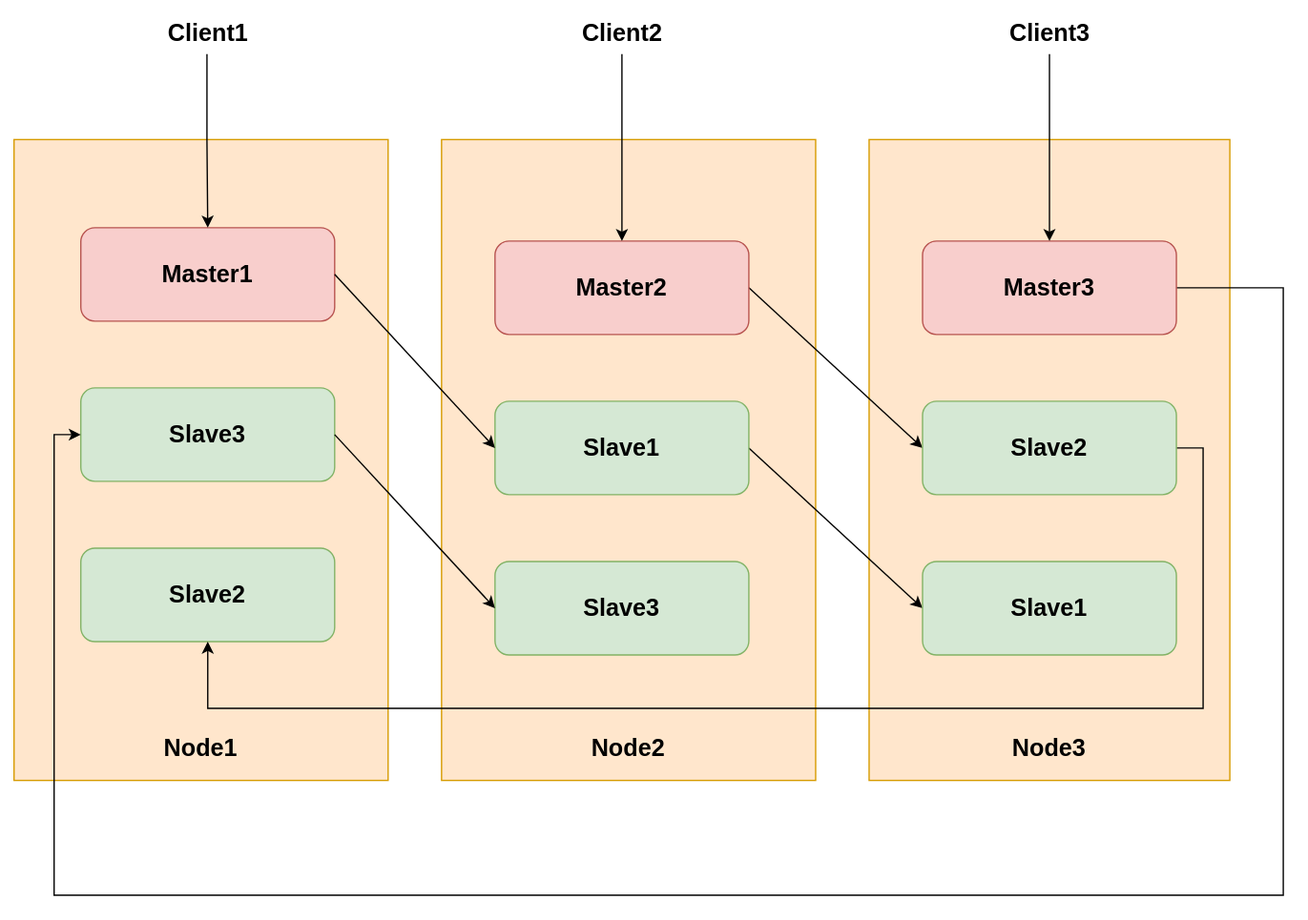
Earlier version of the draw.io export Redis/Redis集群方案/RedisCluster集群结构.drawio.svg (Developer-Tang/notes). Source tidied: cells renumbered, new cells last; positions are measured from the earlier drawing's top-left corner, leaving out a move shared by most shapes. Its diagram source:
```xml
<mxGraphModel>
  <root>
    <mxCell id="0" />
    <mxCell id="1" parent="0" />
    <mxCell id="2" value="Node1" style="rounded=0;whiteSpace=wrap;html=1;fillColor=#ffe6cc;strokeColor=#d79b00;fontSize=18;fontStyle=1;verticalAlign=bottom;spacingBottom=10;" parent="1" vertex="1">
      <mxGeometry y="94" width="280" height="480" as="geometry" />
    </mxCell>
    <mxCell id="3" value="Master1" style="rounded=1;whiteSpace=wrap;html=1;fontSize=18;fontStyle=1;fillColor=#f8cecc;strokeColor=#b85450;" parent="1" vertex="1">
      <mxGeometry x="50" y="160" width="190" height="70" as="geometry" />
    </mxCell>
    <mxCell id="4" value="Slave3" style="rounded=1;whiteSpace=wrap;html=1;fontSize=18;fontStyle=1;fillColor=#d5e8d4;strokeColor=#82b366;" parent="1" vertex="1">
      <mxGeometry x="50" y="280" width="190" height="70" as="geometry" />
    </mxCell>
    <mxCell id="5" value="Slave2" style="rounded=1;whiteSpace=wrap;html=1;fontSize=18;fontStyle=1;fillColor=#d5e8d4;strokeColor=#82b366;" parent="1" vertex="1">
      <mxGeometry x="50" y="400" width="190" height="70" as="geometry" />
    </mxCell>
    <mxCell id="6" value="Node2" style="rounded=0;whiteSpace=wrap;html=1;fillColor=#ffe6cc;strokeColor=#d79b00;fontSize=18;fontStyle=1;verticalAlign=bottom;spacingBottom=10;" parent="1" vertex="1">
      <mxGeometry x="320" y="94" width="280" height="480" as="geometry" />
    </mxCell>
    <mxCell id="7" value="Node3" style="rounded=0;whiteSpace=wrap;html=1;fillColor=#ffe6cc;strokeColor=#d79b00;fontSize=18;fontStyle=1;verticalAlign=bottom;spacingBottom=10;" parent="1" vertex="1">
      <mxGeometry x="640" y="94" width="270" height="480" as="geometry" />
    </mxCell>
    <mxCell id="8" style="edgeStyle=none;rounded=0;jettySize=auto;html=1;exitX=1;exitY=0.5;exitDx=0;exitDy=0;entryX=0;entryY=0.5;entryDx=0;entryDy=0;fontSize=18;" parent="1" edge="1" source="9" target="16">
      <mxGeometry relative="1" as="geometry" />
    </mxCell>
    <mxCell id="9" value="Master2" style="rounded=1;whiteSpace=wrap;html=1;fontSize=18;fontStyle=1;fillColor=#f8cecc;strokeColor=#b85450;" parent="1" vertex="1">
      <mxGeometry x="360" y="170" width="190" height="70" as="geometry" />
    </mxCell>
    <mxCell id="10" style="edgeStyle=none;rounded=0;jettySize=auto;html=1;exitX=1;exitY=0.5;exitDx=0;exitDy=0;entryX=0;entryY=0.5;entryDx=0;entryDy=0;fontSize=18;" parent="1" edge="1" source="11" target="17">
      <mxGeometry relative="1" as="geometry" />
    </mxCell>
    <mxCell id="11" value="Slave1" style="rounded=1;whiteSpace=wrap;html=1;fontSize=18;fontStyle=1;fillColor=#d5e8d4;strokeColor=#82b366;" parent="1" vertex="1">
      <mxGeometry x="360" y="290" width="190" height="70" as="geometry" />
    </mxCell>
    <mxCell id="12" value="Slave3" style="rounded=1;whiteSpace=wrap;html=1;fontSize=18;fontStyle=1;fillColor=#d5e8d4;strokeColor=#82b366;" parent="1" vertex="1">
      <mxGeometry x="360" y="410" width="190" height="70" as="geometry" />
    </mxCell>
    <mxCell id="13" style="edgeStyle=orthogonalEdgeStyle;rounded=0;jettySize=auto;html=1;exitX=1;exitY=0.5;exitDx=0;exitDy=0;fontSize=18;entryX=0;entryY=0.5;entryDx=0;entryDy=0;" parent="1" edge="1" source="14" target="4">
      <mxGeometry relative="1" as="geometry">
        <Array as="points">
          <mxPoint x="950" y="205" />
          <mxPoint x="950" y="660" />
          <mxPoint x="30" y="660" />
          <mxPoint x="30" y="315" />
        </Array>
      </mxGeometry>
    </mxCell>
    <mxCell id="14" value="Master3" style="rounded=1;whiteSpace=wrap;html=1;fontSize=18;fontStyle=1;fillColor=#f8cecc;strokeColor=#b85450;" parent="1" vertex="1">
      <mxGeometry x="680" y="170" width="190" height="70" as="geometry" />
    </mxCell>
    <mxCell id="15" style="edgeStyle=orthogonalEdgeStyle;rounded=0;jettySize=auto;html=1;exitX=1;exitY=0.5;exitDx=0;exitDy=0;entryX=0.5;entryY=1;entryDx=0;entryDy=0;fontSize=18;" parent="1" edge="1" source="16" target="5">
      <mxGeometry relative="1" as="geometry">
        <Array as="points">
          <mxPoint x="890" y="325" />
          <mxPoint x="890" y="520" />
          <mxPoint x="145" y="520" />
        </Array>
      </mxGeometry>
    </mxCell>
    <mxCell id="16" value="Slave2" style="rounded=1;whiteSpace=wrap;html=1;fontSize=18;fontStyle=1;fillColor=#d5e8d4;strokeColor=#82b366;" parent="1" vertex="1">
      <mxGeometry x="680" y="290" width="190" height="70" as="geometry" />
    </mxCell>
    <mxCell id="17" value="Slave1" style="rounded=1;whiteSpace=wrap;html=1;fontSize=18;fontStyle=1;fillColor=#d5e8d4;strokeColor=#82b366;" parent="1" vertex="1">
      <mxGeometry x="680" y="410" width="190" height="70" as="geometry" />
    </mxCell>
    <mxCell id="18" style="rounded=0;jettySize=auto;html=1;exitX=1;exitY=0.5;exitDx=0;exitDy=0;entryX=0;entryY=0.5;entryDx=0;entryDy=0;fontSize=18;" parent="1" edge="1" source="3" target="11">
      <mxGeometry relative="1" as="geometry" />
    </mxCell>
    <mxCell id="19" style="edgeStyle=none;rounded=0;jettySize=auto;html=1;exitX=1;exitY=0.5;exitDx=0;exitDy=0;entryX=0;entryY=0.5;entryDx=0;entryDy=0;fontSize=18;" parent="1" edge="1" source="4" target="12">
      <mxGeometry relative="1" as="geometry" />
    </mxCell>
    <mxCell id="20" value="Client1" style="text;html=1;align=center;verticalAlign=middle;points=[];strokeColor=none;fillColor=none;fontSize=18;fontStyle=1;" parent="1" vertex="1">
      <mxGeometry x="105" width="80" height="30" as="geometry" />
    </mxCell>
    <mxCell id="21" style="edgeStyle=orthogonalEdgeStyle;rounded=0;jettySize=auto;html=1;fontSize=18;" parent="1" edge="1" source="22" target="9">
      <mxGeometry relative="1" as="geometry" />
    </mxCell>
    <mxCell id="22" value="Client2" style="text;html=1;align=center;verticalAlign=middle;points=[];strokeColor=none;fillColor=none;fontSize=18;fontStyle=1;" parent="1" vertex="1">
      <mxGeometry x="415" width="80" height="30" as="geometry" />
    </mxCell>
    <mxCell id="23" style="edgeStyle=orthogonalEdgeStyle;rounded=0;jettySize=auto;html=1;fontSize=18;" parent="1" edge="1" source="24" target="14">
      <mxGeometry relative="1" as="geometry" />
    </mxCell>
    <mxCell id="24" value="Client3" style="text;html=1;align=center;verticalAlign=middle;points=[];strokeColor=none;fillColor=none;fontSize=18;fontStyle=1;" parent="1" vertex="1">
      <mxGeometry x="735" width="80" height="30" as="geometry" />
    </mxCell>
    <mxCell id="25" style="edgeStyle=orthogonalEdgeStyle;rounded=0;jettySize=auto;html=1;fontSize=18;" parent="1" edge="1" target="3">
      <mxGeometry relative="1" as="geometry">
        <mxPoint x="144.4" y="30" as="sourcePoint" />
      </mxGeometry>
    </mxCell>
  </root>
</mxGraphModel>
```
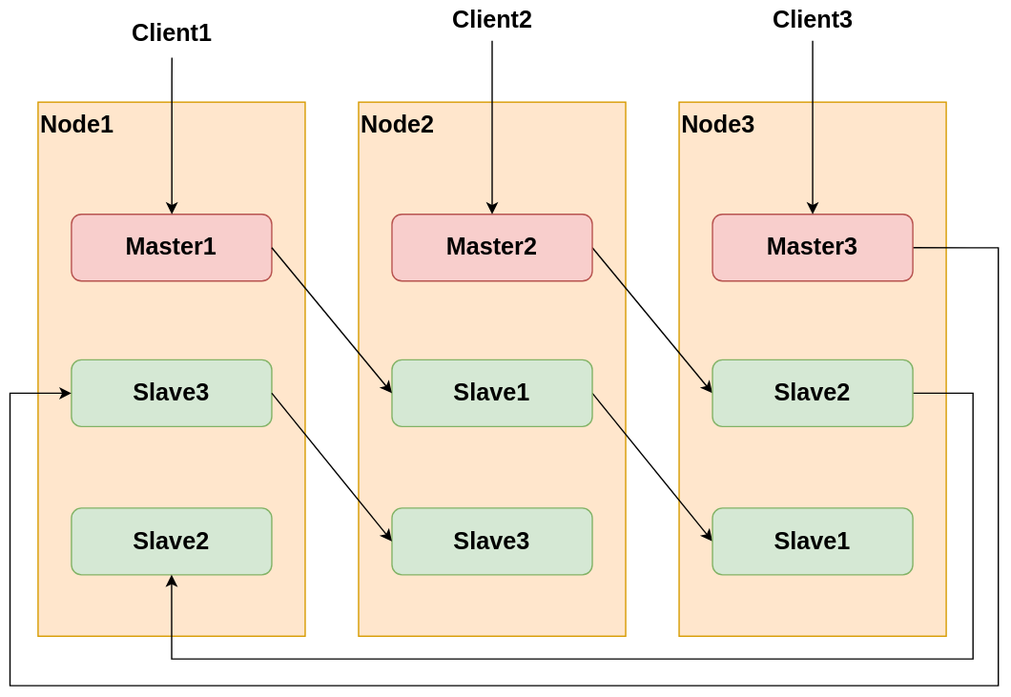
After the commit.

Diff of the diagram source:
```diff
@@ -2,66 +2,66 @@
   <root>
     <mxCell id="0" />
     <mxCell id="1" parent="0" />
-    <mxCell id="2" value="Node1" style="rounded=0;whiteSpace=wrap;html=1;fillColor=#ffe6cc;strokeColor=#d79b00;fontSize=18;fontStyle=1;verticalAlign=bottom;spacingBottom=10;" parent="1" vertex="1">
-      <mxGeometry y="94" width="280" height="480" as="geometry" />
+    <mxCell id="2" value="Node1" style="rounded=0;whiteSpace=wrap;html=1;fillColor=#ffe6cc;strokeColor=#d79b00;fontSize=18;fontStyle=1;verticalAlign=top;spacingBottom=10;align=left;" parent="1" vertex="1">
+      <mxGeometry x="-65" y="31" width="200" height="400" as="geometry" />
     </mxCell>
     <mxCell id="3" value="Master1" style="rounded=1;whiteSpace=wrap;html=1;fontSize=18;fontStyle=1;fillColor=#f8cecc;strokeColor=#b85450;" parent="1" vertex="1">
-      <mxGeometry x="50" y="160" width="190" height="70" as="geometry" />
+      <mxGeometry x="-40" y="115" width="150" height="50" as="geometry" />
     </mxCell>
     <mxCell id="4" value="Slave3" style="rounded=1;whiteSpace=wrap;html=1;fontSize=18;fontStyle=1;fillColor=#d5e8d4;strokeColor=#82b366;" parent="1" vertex="1">
-      <mxGeometry x="50" y="280" width="190" height="70" as="geometry" />
+      <mxGeometry x="-40" y="224" width="150" height="50" as="geometry" />
     </mxCell>
     <mxCell id="5" value="Slave2" style="rounded=1;whiteSpace=wrap;html=1;fontSize=18;fontStyle=1;fillColor=#d5e8d4;strokeColor=#82b366;" parent="1" vertex="1">
-      <mxGeometry x="50" y="400" width="190" height="70" as="geometry" />
+      <mxGeometry x="-40" y="335" width="150" height="50" as="geometry" />
     </mxCell>
-    <mxCell id="6" value="Node2" style="rounded=0;whiteSpace=wrap;html=1;fillColor=#ffe6cc;strokeColor=#d79b00;fontSize=18;fontStyle=1;verticalAlign=bottom;spacingBottom=10;" parent="1" vertex="1">
-      <mxGeometry x="320" y="94" width="280" height="480" as="geometry" />
+    <mxCell id="6" value="Node2" style="rounded=0;whiteSpace=wrap;html=1;fillColor=#ffe6cc;strokeColor=#d79b00;fontSize=18;fontStyle=1;verticalAlign=top;spacingBottom=10;align=left;" parent="1" vertex="1">
+      <mxGeometry x="175" y="31" width="200" height="400" as="geometry" />
     </mxCell>
-    <mxCell id="7" value="Node3" style="rounded=0;whiteSpace=wrap;html=1;fillColor=#ffe6cc;strokeColor=#d79b00;fontSize=18;fontStyle=1;verticalAlign=bottom;spacingBottom=10;" parent="1" vertex="1">
-      <mxGeometry x="640" y="94" width="270" height="480" as="geometry" />
+    <mxCell id="7" value="Node3" style="rounded=0;whiteSpace=wrap;html=1;fillColor=#ffe6cc;strokeColor=#d79b00;fontSize=18;fontStyle=1;verticalAlign=top;spacingBottom=10;align=left;" parent="1" vertex="1">
+      <mxGeometry x="415" y="31" width="200" height="400" as="geometry" />
     </mxCell>
     <mxCell id="8" style="edgeStyle=none;rounded=0;jettySize=auto;html=1;exitX=1;exitY=0.5;exitDx=0;exitDy=0;entryX=0;entryY=0.5;entryDx=0;entryDy=0;fontSize=18;" parent="1" edge="1" source="9" target="16">
       <mxGeometry relative="1" as="geometry" />
     </mxCell>
     <mxCell id="9" value="Master2" style="rounded=1;whiteSpace=wrap;html=1;fontSize=18;fontStyle=1;fillColor=#f8cecc;strokeColor=#b85450;" parent="1" vertex="1">
-      <mxGeometry x="360" y="170" width="190" height="70" as="geometry" />
+      <mxGeometry x="200" y="115" width="150" height="50" as="geometry" />
     </mxCell>
     <mxCell id="10" style="edgeStyle=none;rounded=0;jettySize=auto;html=1;exitX=1;exitY=0.5;exitDx=0;exitDy=0;entryX=0;entryY=0.5;entryDx=0;entryDy=0;fontSize=18;" parent="1" edge="1" source="11" target="17">
       <mxGeometry relative="1" as="geometry" />
     </mxCell>
     <mxCell id="11" value="Slave1" style="rounded=1;whiteSpace=wrap;html=1;fontSize=18;fontStyle=1;fillColor=#d5e8d4;strokeColor=#82b366;" parent="1" vertex="1">
-      <mxGeometry x="360" y="290" width="190" height="70" as="geometry" />
+      <mxGeometry x="200" y="224" width="150" height="50" as="geometry" />
     </mxCell>
     <mxCell id="12" value="Slave3" style="rounded=1;whiteSpace=wrap;html=1;fontSize=18;fontStyle=1;fillColor=#d5e8d4;strokeColor=#82b366;" parent="1" vertex="1">
-      <mxGeometry x="360" y="410" width="190" height="70" as="geometry" />
+      <mxGeometry x="200" y="335" width="150" height="50" as="geometry" />
     </mxCell>
     <mxCell id="13" style="edgeStyle=orthogonalEdgeStyle;rounded=0;jettySize=auto;html=1;exitX=1;exitY=0.5;exitDx=0;exitDy=0;fontSize=18;entryX=0;entryY=0.5;entryDx=0;entryDy=0;" parent="1" edge="1" source="14" target="4">
       <mxGeometry relative="1" as="geometry">
         <Array as="points">
-          <mxPoint x="950" y="205" />
-          <mxPoint x="950" y="660" />
-          <mxPoint x="30" y="660" />
-          <mxPoint x="30" y="315" />
+          <mxPoint x="654" y="140" />
+          <mxPoint x="654" y="468" />
+          <mxPoint x="-86" y="468" />
+          <mxPoint x="-86" y="249" />
         </Array>
       </mxGeometry>
     </mxCell>
     <mxCell id="14" value="Master3" style="rounded=1;whiteSpace=wrap;html=1;fontSize=18;fontStyle=1;fillColor=#f8cecc;strokeColor=#b85450;" parent="1" vertex="1">
-      <mxGeometry x="680" y="170" width="190" height="70" as="geometry" />
+      <mxGeometry x="440" y="115" width="150" height="50" as="geometry" />
     </mxCell>
     <mxCell id="15" style="edgeStyle=orthogonalEdgeStyle;rounded=0;jettySize=auto;html=1;exitX=1;exitY=0.5;exitDx=0;exitDy=0;entryX=0.5;entryY=1;entryDx=0;entryDy=0;fontSize=18;" parent="1" edge="1" source="16" target="5">
       <mxGeometry relative="1" as="geometry">
         <Array as="points">
-          <mxPoint x="890" y="325" />
-          <mxPoint x="890" y="520" />
-          <mxPoint x="145" y="520" />
+          <mxPoint x="635" y="249" />
+          <mxPoint x="635" y="448" />
+          <mxPoint x="35" y="448" />
         </Array>
       </mxGeometry>
     </mxCell>
     <mxCell id="16" value="Slave2" style="rounded=1;whiteSpace=wrap;html=1;fontSize=18;fontStyle=1;fillColor=#d5e8d4;strokeColor=#82b366;" parent="1" vertex="1">
-      <mxGeometry x="680" y="290" width="190" height="70" as="geometry" />
+      <mxGeometry x="440" y="224" width="150" height="50" as="geometry" />
     </mxCell>
     <mxCell id="17" value="Slave1" style="rounded=1;whiteSpace=wrap;html=1;fontSize=18;fontStyle=1;fillColor=#d5e8d4;strokeColor=#82b366;" parent="1" vertex="1">
-      <mxGeometry x="680" y="410" width="190" height="70" as="geometry" />
+      <mxGeometry x="440" y="335" width="150" height="50" as="geometry" />
     </mxCell>
     <mxCell id="18" style="rounded=0;jettySize=auto;html=1;exitX=1;exitY=0.5;exitDx=0;exitDy=0;entryX=0;entryY=0.5;entryDx=0;entryDy=0;fontSize=18;" parent="1" edge="1" source="3" target="11">
       <mxGeometry relative="1" as="geometry" />
@@ -70,23 +70,26 @@
       <mxGeometry relative="1" as="geometry" />
     </mxCell>
     <mxCell id="20" value="Client1" style="text;html=1;align=center;verticalAlign=middle;points=[];strokeColor=none;fillColor=none;fontSize=18;fontStyle=1;" parent="1" vertex="1">
-      <mxGeometry x="105" width="80" height="30" as="geometry" />
+      <mxGeometry x="-5" y="-35" width="80" height="30" as="geometry" />
     </mxCell>
     <mxCell id="21" style="edgeStyle=orthogonalEdgeStyle;rounded=0;jettySize=auto;html=1;fontSize=18;" parent="1" edge="1" source="22" target="9">
       <mxGeometry relative="1" as="geometry" />
     </mxCell>
     <mxCell id="22" value="Client2" style="text;html=1;align=center;verticalAlign=middle;points=[];strokeColor=none;fillColor=none;fontSize=18;fontStyle=1;" parent="1" vertex="1">
-      <mxGeometry x="415" width="80" height="30" as="geometry" />
+      <mxGeometry x="235" y="-45" width="80" height="30" as="geometry" />
     </mxCell>
     <mxCell id="23" style="edgeStyle=orthogonalEdgeStyle;rounded=0;jettySize=auto;html=1;fontSize=18;" parent="1" edge="1" source="24" target="14">
       <mxGeometry relative="1" as="geometry" />
     </mxCell>
     <mxCell id="24" value="Client3" style="text;html=1;align=center;verticalAlign=middle;points=[];strokeColor=none;fillColor=none;fontSize=18;fontStyle=1;" parent="1" vertex="1">
-      <mxGeometry x="735" width="80" height="30" as="geometry" />
+      <mxGeometry x="475" y="-45" width="80" height="30" as="geometry" />
     </mxCell>
-    <mxCell id="25" style="edgeStyle=orthogonalEdgeStyle;rounded=0;jettySize=auto;html=1;fontSize=18;" parent="1" edge="1" target="3">
+    <mxCell id="25" style="edgeStyle=orthogonalEdgeStyle;rounded=0;jettySize=auto;html=1;fontSize=18;exitX=0.503;exitY=1.09;exitDx=0;exitDy=0;exitPerimeter=0;" parent="1" edge="1" source="20" target="3">
       <mxGeometry relative="1" as="geometry">
-        <mxPoint x="144.4" y="30" as="sourcePoint" />
+        <Array as="points">
+          <mxPoint x="35" y="15" />
+          <mxPoint x="35" y="15" />
+        </Array>
       </mxGeometry>
     </mxCell>
   </root>
```
